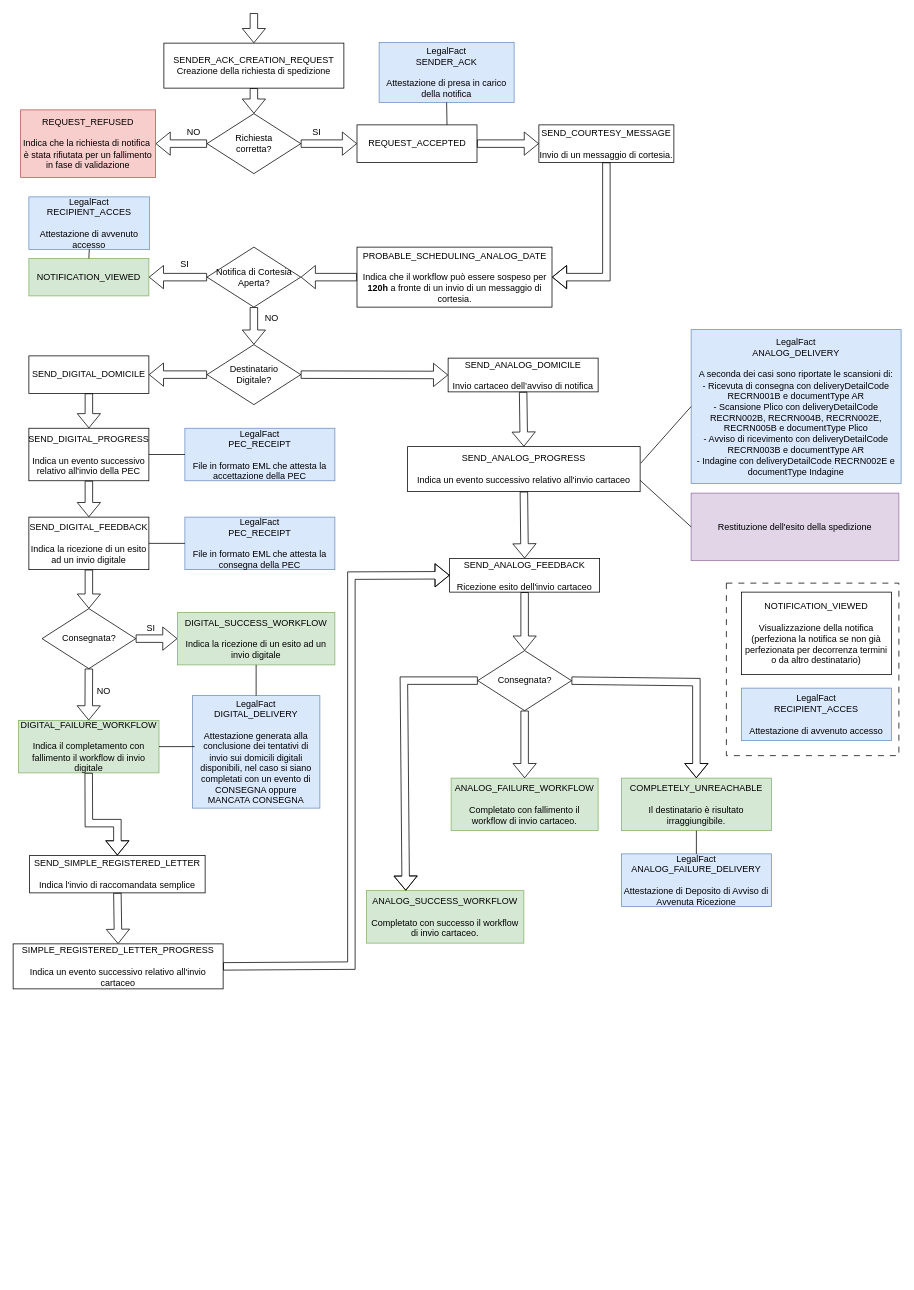
Earlier version of the draw.io diagram page "Spedizione" (5 of 5) of Easy Notification.drawio (marcogarbujoabaco/drawio). Source tidied: cells renumbered, new cells numbered last; positions are measured from the earlier drawing's top-left corner, leaving out a move shared by most shapes. Both pictures are drawn from the tidied source at 75%, with x=0, y=0 at pixel (13, 13).
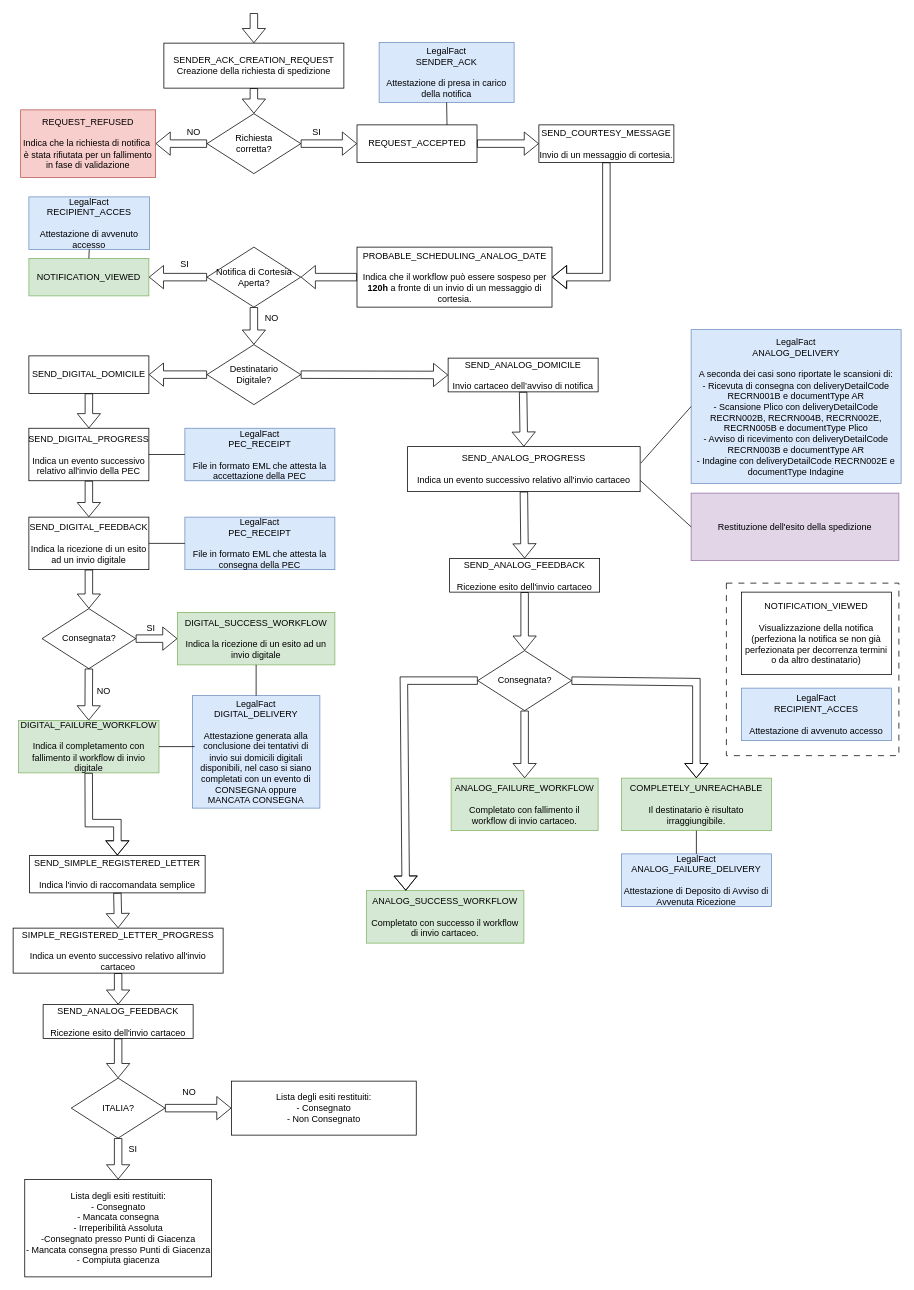
The same diagram, later.

Unchanged cells that the change refers to:
```xml
<mxCell id="15" value="SEND_ANALOG_FEEDBACK&lt;div&gt;&lt;br&gt;&lt;/div&gt;&lt;div&gt;Ricezione esito dell'invio cartaceo&lt;/div&gt;" style="rounded=0;whiteSpace=wrap;html=1;" parent="1" vertex="1">
  <mxGeometry x="582" y="727" width="200" height="45" as="geometry" />
</mxCell>
```

Diff of the diagram source:
```diff
@@
     <mxCell id="75" value="&lt;div&gt;SIMPLE_REGISTERED_LETTER_PROGRESS&lt;br&gt;&lt;div&gt;&lt;br&gt;&lt;/div&gt;&lt;div&gt;Indica un evento successivo relativo all'invio cartaceo&lt;/div&gt;&lt;/div&gt;" style="rounded=0;whiteSpace=wrap;html=1;" parent="1" vertex="1">
-      <mxGeometry y="1241" width="280" height="60" as="geometry" />
+      <mxGeometry y="1220" width="280" height="60" as="geometry" />
     </mxCell>
-    <mxCell id="76" style="shape=flexArrow;endArrow=classic;html=1;rounded=0;exitX=1;exitY=0.5;exitDx=0;exitDy=0;entryX=0;entryY=0.5;entryDx=0;entryDy=0;" parent="1" edge="1" source="75" target="15">
-      <mxGeometry relative="1" as="geometry">
-        <Array as="points">
-          <mxPoint x="451" y="1270" />
-          <mxPoint x="451" y="750" />
-        </Array>
-      </mxGeometry>
-    </mxCell>
+    <mxCell id="77" value="SEND_ANALOG_FEEDBACK&lt;div&gt;&lt;br&gt;&lt;/div&gt;&lt;div&gt;Ricezione esito dell'invio cartaceo&lt;/div&gt;" style="rounded=0;whiteSpace=wrap;html=1;" parent="1" vertex="1">
+      <mxGeometry x="40" y="1322" width="200" height="45" as="geometry" />
+    </mxCell>
+    <mxCell id="78" style="shape=flexArrow;endArrow=classic;html=1;rounded=0;entryX=0.5;entryY=0;entryDx=0;entryDy=0;exitX=0.5;exitY=1;exitDx=0;exitDy=0;" parent="1" edge="1" source="75" target="77">
+      <mxGeometry relative="1" as="geometry" />
+    </mxCell>
+    <mxCell id="79" value="&lt;div&gt;Lista degli esiti restituiti:&lt;/div&gt;&lt;div&gt;-&amp;nbsp;Consegnato&lt;br&gt;&lt;div&gt;- Mancata consegna&lt;/div&gt;&lt;div&gt;- Irreperibilità Assoluta&lt;/div&gt;&lt;div&gt;-Consegnato presso Punti di Giacenza&lt;/div&gt;&lt;div&gt;-&amp;nbsp;Mancata consegna presso Punti di Giacenza&lt;/div&gt;&lt;div&gt;-&amp;nbsp;Compiuta giacenza&lt;/div&gt;&lt;/div&gt;" style="rounded=0;whiteSpace=wrap;html=1;" parent="1" vertex="1">
+      <mxGeometry x="15.5" y="1555" width="249" height="130" as="geometry" />
+    </mxCell>
+    <mxCell id="80" value="Lista degli esiti restituiti:&lt;br&gt;&lt;div&gt;-&amp;nbsp;Consegnato&lt;/div&gt;&lt;div&gt;- Non Consegnato&lt;/div&gt;" style="rounded=0;whiteSpace=wrap;html=1;" parent="1" vertex="1">
+      <mxGeometry x="291" y="1424" width="246.5" height="72" as="geometry" />
+    </mxCell>
+    <mxCell id="81" value="ITALIA?" style="rhombus;whiteSpace=wrap;html=1;" parent="1" vertex="1">
+      <mxGeometry x="77.5" y="1420" width="125" height="80" as="geometry" />
+    </mxCell>
+    <mxCell id="82" style="shape=flexArrow;endArrow=classic;html=1;rounded=0;entryX=0.5;entryY=0;entryDx=0;entryDy=0;exitX=0.5;exitY=1;exitDx=0;exitDy=0;" parent="1" edge="1" source="77" target="81">
+      <mxGeometry relative="1" as="geometry" />
+    </mxCell>
+    <mxCell id="83" style="shape=flexArrow;endArrow=classic;html=1;rounded=0;entryX=0.5;entryY=0;entryDx=0;entryDy=0;exitX=0.5;exitY=1;exitDx=0;exitDy=0;" parent="1" edge="1" source="81" target="79">
+      <mxGeometry relative="1" as="geometry" />
+    </mxCell>
+    <mxCell id="84" style="shape=flexArrow;endArrow=classic;html=1;rounded=0;entryX=0;entryY=0.5;entryDx=0;entryDy=0;exitX=1;exitY=0.5;exitDx=0;exitDy=0;" parent="1" edge="1" source="81" target="80">
+      <mxGeometry relative="1" as="geometry" />
+    </mxCell>
+    <mxCell id="85" value="SI" style="text;html=1;align=center;verticalAlign=middle;whiteSpace=wrap;rounded=0;" parent="1" vertex="1">
+      <mxGeometry x="130" y="1500" width="60" height="30" as="geometry" />
+    </mxCell>
+    <mxCell id="86" value="NO" style="text;html=1;align=center;verticalAlign=middle;whiteSpace=wrap;rounded=0;" parent="1" vertex="1">
+      <mxGeometry x="204.5" y="1424" width="60" height="30" as="geometry" />
+    </mxCell>
```
